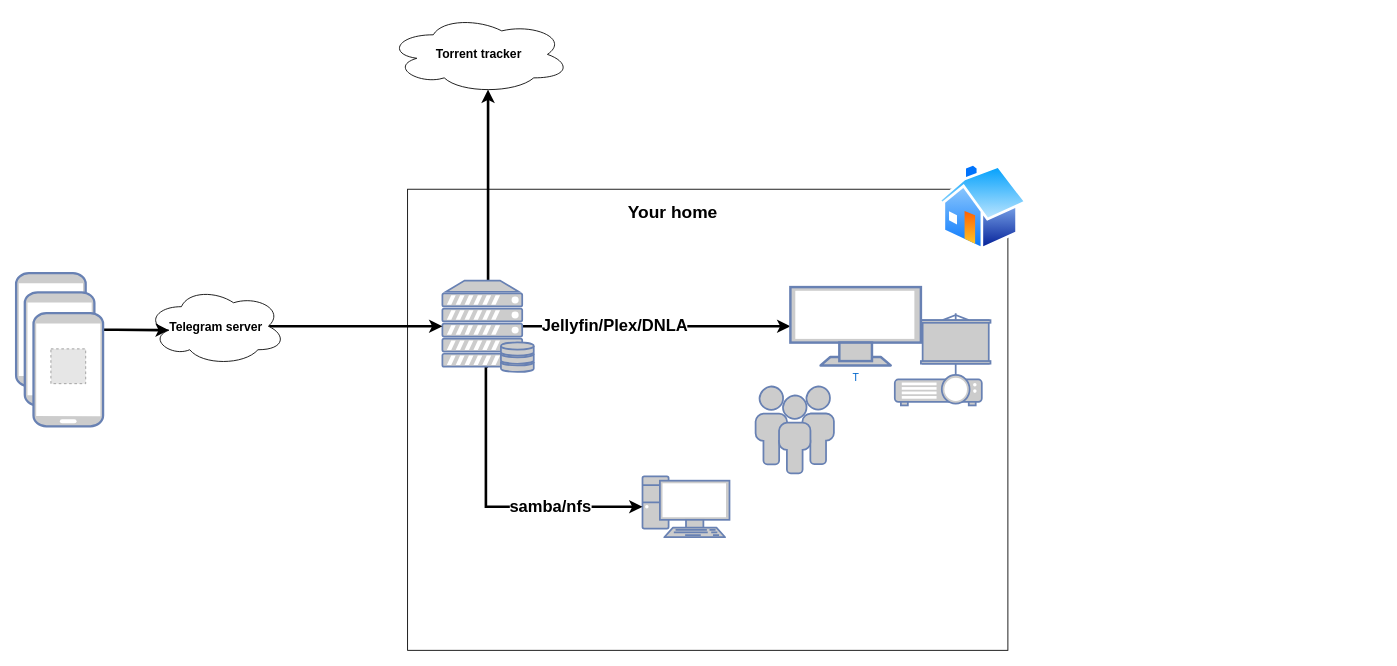
Before: doc/images/network-diagram.drawio in adskyiproger/transmission-telegram-bot, a draw.io diagram. Source tidied: cells renumbered, new cells numbered last; positions are measured from the earlier drawing's top-left corner, leaving out a move shared by most shapes. Both pictures are drawn from the tidied source at 87%, with x=0, y=0 at pixel (16, 15). Pictures stored in the file or linked from it are replaced by grey dashed boxes.
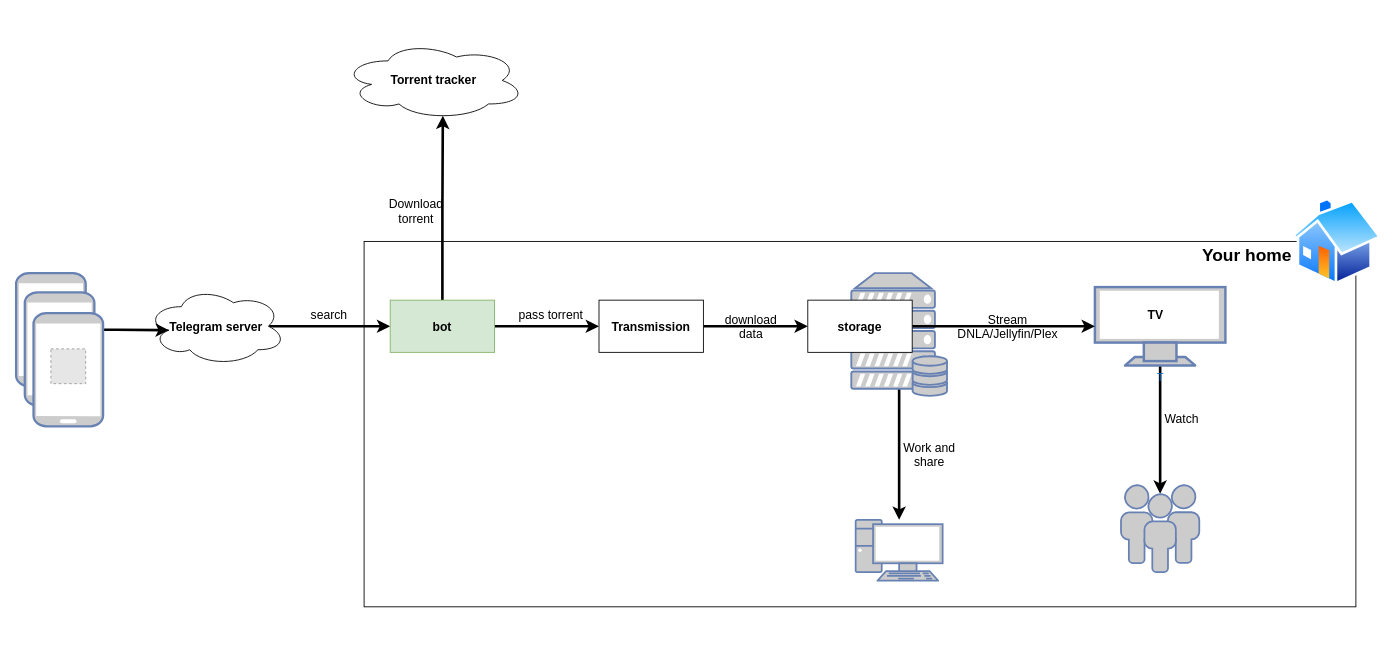
After the change.

Unchanged cells that the change refers to:
```xml
<mxCell id="16" value="Telegram server" style="ellipse;shape=cloud;whiteSpace=wrap;html=1;fontSize=14;fontStyle=1;" parent="1" vertex="1">
  <mxGeometry x="150" y="312.5" width="160" height="90" as="geometry" />
</mxCell>
```

The edit, as a diff of the source:
```diff
@@
-    <mxCell id="2" style="rounded=0;whiteSpace=wrap;html=1;fontSize=14;" parent="1" vertex="1">
-      <mxGeometry x="450" y="200" width="690" height="530" as="geometry" />
-    </mxCell>
+    <mxCell id="26" style="rounded=0;whiteSpace=wrap;html=1;fontSize=14;" parent="1" vertex="1">
+      <mxGeometry x="400" y="260" width="1140" height="420" as="geometry" />
+    </mxCell>
     <mxCell id="3" value="Torrent tracker" style="ellipse;shape=cloud;whiteSpace=wrap;html=1;fontStyle=1;fontSize=14;" parent="1" vertex="1">
-      <mxGeometry x="427" width="210" height="90" as="geometry" />
+      <mxGeometry x="375" y="30" width="210" height="90" as="geometry" />
     </mxCell>
     <mxCell id="4" style="fontColor=#0066CC;verticalAlign=top;verticalLabelPosition=bottom;labelPosition=center;align=center;html=1;outlineConnect=0;fillColor=#CCCCCC;strokeColor=#6881B3;gradientColor=none;gradientDirection=north;strokeWidth=2;shape=mxgraph.networks.pc;" parent="1" vertex="1">
-      <mxGeometry x="720" y="530" width="100" height="70" as="geometry" />
+      <mxGeometry x="965" y="580" width="100" height="70" as="geometry" />
     </mxCell>
-    <mxCell id="5" style="fontColor=#0066CC;verticalAlign=top;verticalLabelPosition=bottom;labelPosition=center;align=center;html=1;fillColor=#CCCCCC;strokeColor=#6881B3;gradientColor=none;gradientDirection=north;strokeWidth=2;shape=mxgraph.networks.video_projector_screen;" parent="1" vertex="1">
-      <mxGeometry x="1040" y="342.5" width="80" height="100" as="geometry" />
-    </mxCell>
@@
-    <mxCell id="7" style="edgeStyle=orthogonalEdgeStyle;rounded=0;jettySize=auto;html=1;exitX=0.5;exitY=0;exitDx=0;exitDy=0;exitPerimeter=0;entryX=0.55;entryY=0.95;entryDx=0;entryDy=0;entryPerimeter=0;strokeWidth=3;" parent="1" edge="1" source="12" target="3">
+    <mxCell id="7" style="edgeStyle=orthogonalEdgeStyle;rounded=0;jettySize=auto;html=1;exitX=0.5;exitY=0;exitDx=0;exitDy=0;entryX=0.55;entryY=0.95;entryDx=0;entryDy=0;entryPerimeter=0;strokeWidth=3;" parent="1" edge="1" source="29" target="3">
       <mxGeometry relative="1" as="geometry" />
     </mxCell>
-    <mxCell id="8" style="edgeStyle=orthogonalEdgeStyle;rounded=0;jettySize=auto;html=1;exitX=0.5;exitY=0.94;exitDx=0;exitDy=0;exitPerimeter=0;entryX=0;entryY=0.5;entryDx=0;entryDy=0;entryPerimeter=0;strokeWidth=3;" parent="1" edge="1" source="12" target="4">
-      <mxGeometry relative="1" as="geometry">
-        <Array as="points">
-          <mxPoint x="540" y="404" />
-          <mxPoint x="540" y="565" />
-        </Array>
-      </mxGeometry>
+    <mxCell id="8" style="edgeStyle=orthogonalEdgeStyle;rounded=0;jettySize=auto;html=1;exitX=0.5;exitY=0.94;exitDx=0;exitDy=0;exitPerimeter=0;strokeWidth=3;fontSize=14;" parent="1" edge="1" source="12" target="4">
+      <mxGeometry relative="1" as="geometry" />
     </mxCell>
-    <mxCell id="9" value="&lt;b&gt;&lt;font style=&quot;font-size: 19px;&quot;&gt;samba/nfs&lt;/font&gt;&lt;/b&gt;" style="edgeLabel;html=1;align=center;verticalAlign=middle;" parent="8" vertex="1">
-      <mxGeometry x="0.38" y="1" relative="1" as="geometry" />
-    </mxCell>
-    <mxCell id="10" style="edgeStyle=orthogonalEdgeStyle;rounded=0;jettySize=auto;html=1;exitX=0.88;exitY=0.5;exitDx=0;exitDy=0;exitPerimeter=0;strokeWidth=3;fontSize=19;" parent="1" edge="1" source="12" target="13">
-      <mxGeometry relative="1" as="geometry" />
-    </mxCell>
-    <mxCell id="11" value="Jellyfin/Plex/DNLA" style="edgeLabel;html=1;align=center;verticalAlign=middle;fontSize=19;fontStyle=1;" parent="10" vertex="1">
-      <mxGeometry x="-0.32" y="2" relative="1" as="geometry">
-        <mxPoint y="1" as="offset" />
-      </mxGeometry>
-    </mxCell>
     <mxCell id="12" style="fontColor=#0066CC;verticalAlign=top;verticalLabelPosition=bottom;labelPosition=center;align=center;html=1;outlineConnect=0;fillColor=#CCCCCC;strokeColor=#6881B3;gradientColor=none;gradientDirection=north;strokeWidth=2;shape=mxgraph.networks.server_storage;" parent="1" vertex="1">
-      <mxGeometry x="490" y="305" width="105" height="105" as="geometry" />
+      <mxGeometry x="960" y="296.5" width="110" height="141" as="geometry" />
     </mxCell>
+    <mxCell id="27" style="edgeStyle=orthogonalEdgeStyle;rounded=0;jettySize=auto;html=1;exitX=0.5;exitY=1;exitDx=0;exitDy=0;exitPerimeter=0;entryX=0.5;entryY=0.1;entryDx=0;entryDy=0;entryPerimeter=0;strokeWidth=3;fontSize=14;" parent="1" edge="1" source="13" target="19">
+      <mxGeometry relative="1" as="geometry" />
+    </mxCell>
     <mxCell id="13" value="T" style="fontColor=#0066CC;verticalAlign=top;verticalLabelPosition=bottom;labelPosition=center;align=center;html=1;outlineConnect=0;fillColor=#CCCCCC;strokeColor=#6881B3;gradientColor=none;gradientDirection=north;strokeWidth=2;shape=mxgraph.networks.monitor;" parent="1" vertex="1">
-      <mxGeometry x="890" y="312.5" width="150" height="90" as="geometry" />
+      <mxGeometry x="1240" y="312.5" width="150" height="90" as="geometry" />
     </mxCell>
@@
-    <mxCell id="15" style="edgeStyle=orthogonalEdgeStyle;rounded=0;jettySize=auto;html=1;exitX=0.875;exitY=0.5;exitDx=0;exitDy=0;exitPerimeter=0;entryX=0;entryY=0.5;entryDx=0;entryDy=0;entryPerimeter=0;strokeWidth=3;" parent="1" edge="1" source="16" target="12">
+    <mxCell id="15" style="edgeStyle=orthogonalEdgeStyle;rounded=0;jettySize=auto;html=1;exitX=0.875;exitY=0.5;exitDx=0;exitDy=0;exitPerimeter=0;entryX=0;entryY=0.5;entryDx=0;entryDy=0;strokeWidth=3;" parent="1" edge="1" source="16" target="29">
       <mxGeometry relative="1" as="geometry" />
     </mxCell>
@@
-    <mxCell id="18" style="fontColor=#0066CC;verticalAlign=top;verticalLabelPosition=bottom;labelPosition=center;align=center;html=1;fillColor=#CCCCCC;strokeColor=#6881B3;gradientColor=none;gradientDirection=north;strokeWidth=2;shape=mxgraph.networks.video_projector;" parent="1" vertex="1">
-      <mxGeometry x="1010" y="413.5" width="100" height="35" as="geometry" />
-    </mxCell>
     <mxCell id="19" style="fontColor=#0066CC;verticalAlign=top;verticalLabelPosition=bottom;labelPosition=center;align=center;html=1;outlineConnect=0;fillColor=#CCCCCC;strokeColor=#6881B3;gradientColor=none;gradientDirection=north;strokeWidth=2;shape=mxgraph.networks.users;fontSize=14;" parent="1" vertex="1">
-      <mxGeometry x="850" y="426.5" width="90" height="100" as="geometry" />
+      <mxGeometry x="1270" y="540" width="90" height="100" as="geometry" />
     </mxCell>
@@
     <mxCell id="24" value="&lt;font style=&quot;font-size: 20px;&quot;&gt;&lt;b&gt;Your home&lt;/b&gt;&lt;/font&gt;" style="text;html=1;strokeColor=none;fillColor=none;align=center;verticalAlign=middle;whiteSpace=wrap;rounded=0;fontSize=14;" parent="1" vertex="1">
-      <mxGeometry x="690" y="210" width="130" height="30" as="geometry" />
+      <mxGeometry x="1350" y="260" width="130" height="30" as="geometry" />
     </mxCell>
     <mxCell id="25" style="perimeter=ellipsePerimeter;html=1;align=center;shadow=0;dashed=0;spacingTop=3;image;image=img/lib/active_directory/home.svg;fontSize=20;" parent="1" vertex="1">
-      <mxGeometry x="1060" y="170" width="103.1" height="100" as="geometry" />
+      <mxGeometry x="1467" y="210" width="103.1" height="100" as="geometry" />
     </mxCell>
+    <mxCell id="28" style="edgeStyle=orthogonalEdgeStyle;rounded=0;jettySize=auto;html=1;fontSize=14;strokeWidth=3;" parent="1" edge="1" source="29" target="33">
+      <mxGeometry relative="1" as="geometry" />
+    </mxCell>
+    <mxCell id="29" value="&lt;font style=&quot;font-size: 14px;&quot;&gt;&lt;b&gt;bot&lt;/b&gt;&lt;/font&gt;" style="rounded=0;whiteSpace=wrap;html=1;fillColor=#d5e8d4;strokeColor=#82b366;" parent="1" vertex="1">
+      <mxGeometry x="430" y="327.5" width="120" height="60" as="geometry" />
+    </mxCell>
+    <mxCell id="30" value="search" style="text;html=1;strokeColor=none;fillColor=none;align=center;verticalAlign=middle;whiteSpace=wrap;rounded=0;fontSize=14;" parent="1" vertex="1">
+      <mxGeometry x="330" y="329.5" width="60" height="30" as="geometry" />
+    </mxCell>
+    <mxCell id="31" value="Download&lt;br&gt;torrent" style="text;html=1;strokeColor=none;fillColor=none;align=center;verticalAlign=middle;whiteSpace=wrap;rounded=0;fontSize=14;" parent="1" vertex="1">
+      <mxGeometry x="430" y="210" width="60" height="30" as="geometry" />
+    </mxCell>
+    <mxCell id="32" style="edgeStyle=orthogonalEdgeStyle;rounded=0;jettySize=auto;html=1;strokeWidth=3;fontSize=14;" parent="1" edge="1" source="33" target="36">
+      <mxGeometry relative="1" as="geometry" />
+    </mxCell>
+    <mxCell id="33" value="&lt;font style=&quot;font-size: 14px;&quot;&gt;&lt;b&gt;Transmission&lt;/b&gt;&lt;/font&gt;" style="rounded=0;whiteSpace=wrap;html=1;" parent="1" vertex="1">
+      <mxGeometry x="670" y="327.5" width="120" height="60" as="geometry" />
+    </mxCell>
+    <mxCell id="34" value="pass torrent" style="text;html=1;strokeColor=none;fillColor=none;align=center;verticalAlign=middle;whiteSpace=wrap;rounded=0;fontSize=14;" parent="1" vertex="1">
+      <mxGeometry x="560" y="329.5" width="110" height="30" as="geometry" />
+    </mxCell>
+    <mxCell id="35" style="edgeStyle=orthogonalEdgeStyle;rounded=0;jettySize=auto;html=1;exitX=1;exitY=0.5;exitDx=0;exitDy=0;strokeWidth=3;fontSize=14;" parent="1" edge="1" source="36" target="13">
+      <mxGeometry relative="1" as="geometry" />
+    </mxCell>
+    <mxCell id="36" value="&lt;font style=&quot;font-size: 14px;&quot;&gt;&lt;b&gt;storage&lt;/b&gt;&lt;/font&gt;" style="rounded=0;whiteSpace=wrap;html=1;" parent="1" vertex="1">
+      <mxGeometry x="910" y="327.5" width="120" height="60" as="geometry" />
+    </mxCell>
+    <mxCell id="37" value="download&lt;br&gt;data" style="text;html=1;strokeColor=none;fillColor=none;align=center;verticalAlign=middle;whiteSpace=wrap;rounded=0;fontSize=14;" parent="1" vertex="1">
+      <mxGeometry x="790" y="342.5" width="110" height="30" as="geometry" />
+    </mxCell>
+    <mxCell id="38" value="&lt;b&gt;TV&lt;/b&gt;" style="text;html=1;strokeColor=none;fillColor=none;align=center;verticalAlign=middle;whiteSpace=wrap;rounded=0;fontSize=14;" parent="1" vertex="1">
+      <mxGeometry x="1280" y="329.5" width="60" height="30" as="geometry" />
+    </mxCell>
+    <mxCell id="39" value="Stream&lt;br&gt;DNLA/Jellyfin/Plex" style="text;html=1;strokeColor=none;fillColor=none;align=center;verticalAlign=middle;whiteSpace=wrap;rounded=0;fontSize=14;" parent="1" vertex="1">
+      <mxGeometry x="1110" y="342.5" width="60" height="30" as="geometry" />
+    </mxCell>
+    <mxCell id="40" value="Watch" style="text;html=1;strokeColor=none;fillColor=none;align=center;verticalAlign=middle;whiteSpace=wrap;rounded=0;fontSize=14;" parent="1" vertex="1">
+      <mxGeometry x="1310" y="448.5" width="60" height="30" as="geometry" />
+    </mxCell>
+    <mxCell id="41" value="Work and share" style="text;html=1;strokeColor=none;fillColor=none;align=center;verticalAlign=middle;whiteSpace=wrap;rounded=0;fontSize=14;" parent="1" vertex="1">
+      <mxGeometry x="1010" y="490" width="80" height="30" as="geometry" />
+    </mxCell>
```
